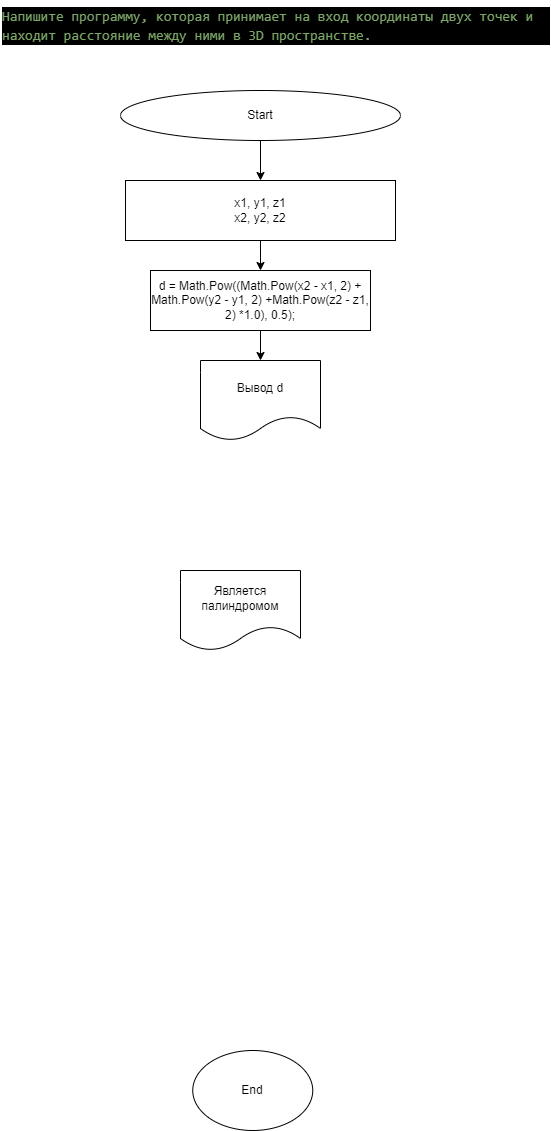
BPlotinskiy/dotnet keeps this draw.io diagram as Less3/HW/task21/diagram.drawio.png. Above is the earlier version. Source tidied: cells renumbered, new cells last; positions are measured from the earlier drawing's top-left corner, leaving out a move shared by most shapes.
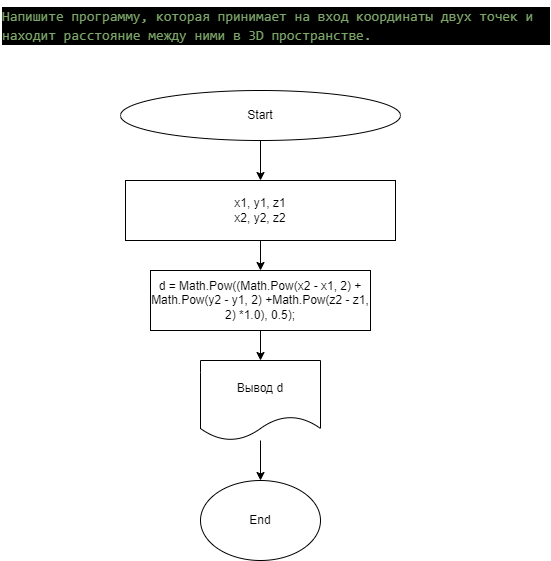
After the commit.

Change to the diagram source:
```diff
@@ -18,17 +18,17 @@
       <mxGeometry x="125" y="180" width="270" height="60" as="geometry" />
     </mxCell>
     <mxCell id="7" value="End" style="ellipse;whiteSpace=wrap;html=1;" parent="1" vertex="1">
-      <mxGeometry x="192.2" y="1050" width="120" height="80" as="geometry" />
+      <mxGeometry x="200" y="480" width="120" height="80" as="geometry" />
     </mxCell>
-    <mxCell id="8" value="Является палиндромом" style="shape=document;whiteSpace=wrap;html=1;boundedLbl=1;rounded=0;" parent="1" vertex="1">
-      <mxGeometry x="180" y="570" width="120" height="80" as="geometry" />
-    </mxCell>
     <mxCell id="9" style="edgeStyle=none;html=1;" parent="1" edge="1" source="10" target="11">
       <mxGeometry relative="1" as="geometry" />
     </mxCell>
     <mxCell id="10" value="d = Math.Pow((Math.Pow(x2 - x1, 2) + Math.Pow(y2 - y1, 2) +Math.Pow(z2 - z1, 2) *1.0), 0.5);" style="whiteSpace=wrap;html=1;rounded=0;" parent="1" vertex="1">
       <mxGeometry x="150" y="270" width="220" height="60" as="geometry" />
     </mxCell>
+    <mxCell id="12" style="edgeStyle=none;html=1;" parent="1" edge="1" source="11" target="7">
+      <mxGeometry relative="1" as="geometry" />
+    </mxCell>
     <mxCell id="11" value="Вывод d" style="shape=document;whiteSpace=wrap;html=1;boundedLbl=1;rounded=0;" parent="1" vertex="1">
       <mxGeometry x="200" y="360" width="120" height="80" as="geometry" />
     </mxCell>
```
